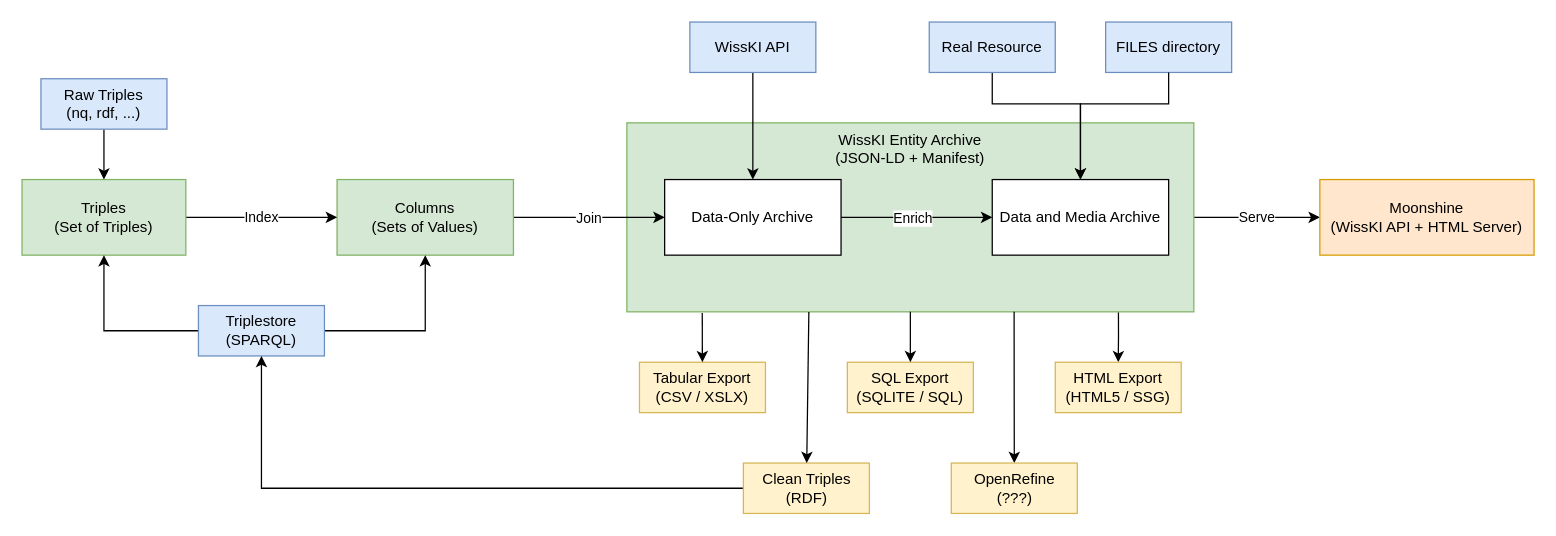
Before: docs/figures/hangover2.drawio in FAU-CDI/hangover, a draw.io diagram. Source tidied: cells renumbered, new cells numbered last; positions are measured from the earlier drawing's top-left corner, leaving out a move shared by most shapes. Both pictures are drawn from the tidied source at 126%, with x=0, y=0 at pixel (21, 21).
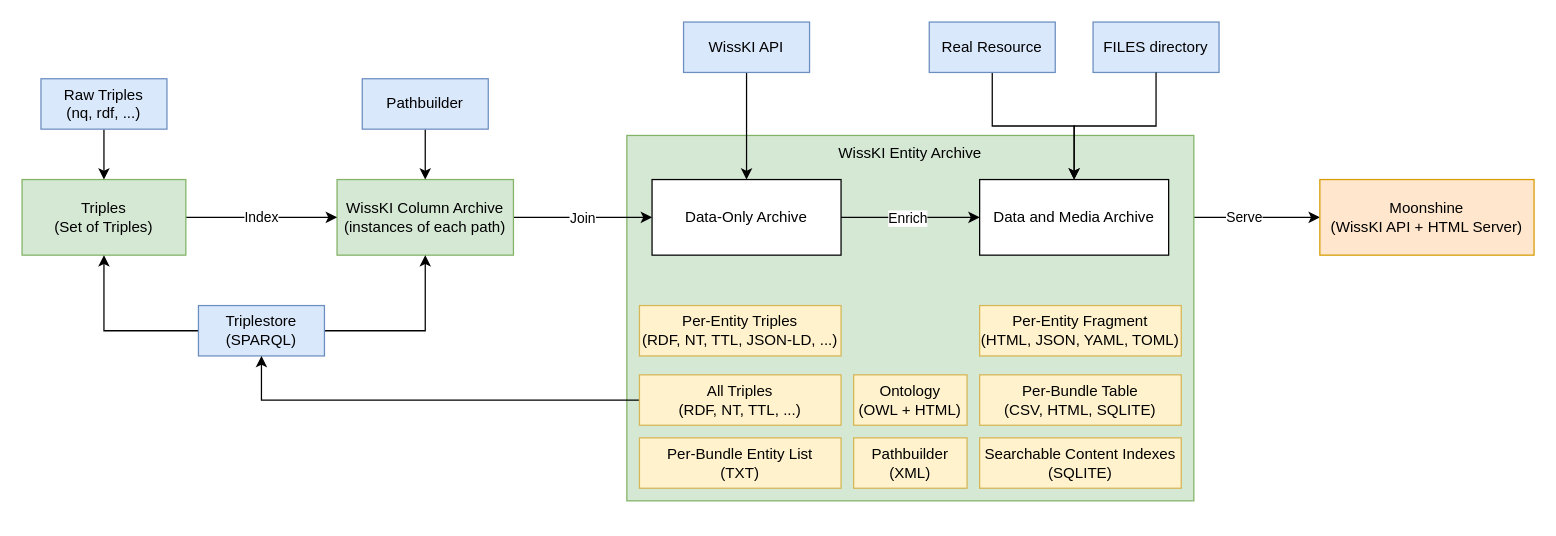
The same page after the edit.

Commit message:
reworked hangover2 arch

The change refers to these unchanged cells:
```xml
<mxCell id="17" value="Triplestore&lt;div&gt;(SPARQL)&lt;/div&gt;" style="rounded=0;whiteSpace=wrap;html=1;fillColor=#dae8fc;strokeColor=#6c8ebf;" parent="1" vertex="1">
  <mxGeometry x="140" y="225" width="100" height="40" as="geometry" />
</mxCell>
<mxCell id="24" value="Real Resource" style="rounded=0;whiteSpace=wrap;html=1;fillColor=#dae8fc;strokeColor=#6c8ebf;" parent="1" vertex="1">
  <mxGeometry x="720" width="100" height="40" as="geometry" />
</mxCell>
<mxCell id="25" value="Moonshine&lt;div&gt;(WissKI API + HTML Server)&lt;/div&gt;" style="rounded=0;whiteSpace=wrap;html=1;fillColor=#ffe6cc;strokeColor=#d79b00;" parent="1" vertex="1">
  <mxGeometry x="1030" y="125" width="170" height="60" as="geometry" />
</mxCell>
```

What changed in the source:
```diff
@@
-    <mxCell id="2" value="Serve" style="edgeStyle=orthogonalEdgeStyle;rounded=0;jettySize=auto;html=1;" parent="1" edge="1" source="3" target="25">
+    <mxCell id="2" value="Serve" style="edgeStyle=orthogonalEdgeStyle;rounded=0;jettySize=auto;html=1;exitX=1;exitY=0.5;exitDx=0;exitDy=0;" parent="1" edge="1" source="20" target="25">
       <mxGeometry relative="1" as="geometry" />
     </mxCell>
-    <mxCell id="3" value="WissKI Entity Archive&lt;div&gt;(JSON-LD + Manifest)&lt;/div&gt;" style="rounded=0;whiteSpace=wrap;html=1;verticalAlign=top;fillColor=#d5e8d4;strokeColor=#82b366;" parent="1" vertex="1">
-      <mxGeometry x="480" y="80" width="450" height="150" as="geometry" />
+    <mxCell id="3" value="WissKI Entity Archive" style="rounded=0;whiteSpace=wrap;html=1;verticalAlign=top;fillColor=#d5e8d4;strokeColor=#82b366;" parent="1" vertex="1">
+      <mxGeometry x="480" y="90" width="450" height="290" as="geometry" />
     </mxCell>
@@
-    <mxCell id="6" value="Columns&lt;div&gt;(Sets of Values)&lt;/div&gt;" style="rounded=0;whiteSpace=wrap;html=1;fillColor=#d5e8d4;strokeColor=#82b366;" parent="1" vertex="1">
+    <mxCell id="6" value="WissKI Column Archive&lt;div&gt;(instances of each path)&lt;/div&gt;" style="rounded=0;whiteSpace=wrap;html=1;fillColor=#d5e8d4;strokeColor=#82b366;" parent="1" vertex="1">
       <mxGeometry x="250" y="125" width="140" height="60" as="geometry" />
     </mxCell>
@@
     <mxCell id="9" value="Data-Only Archive" style="rounded=0;whiteSpace=wrap;html=1;" parent="1" vertex="1">
-      <mxGeometry x="510" y="125" width="140" height="60" as="geometry" />
+      <mxGeometry x="500" y="125" width="150" height="60" as="geometry" />
     </mxCell>
@@
     <mxCell id="19" value="WissKI API" style="rounded=0;whiteSpace=wrap;html=1;fillColor=#dae8fc;strokeColor=#6c8ebf;" parent="1" vertex="1">
-      <mxGeometry x="530" width="100" height="40" as="geometry" />
+      <mxGeometry x="525" width="100" height="40" as="geometry" />
     </mxCell>
-    <mxCell id="20" value="&lt;div&gt;Data and Media Archive&lt;/div&gt;" style="rounded=0;whiteSpace=wrap;html=1;" parent="1" vertex="1">
-      <mxGeometry x="770" y="125" width="140" height="60" as="geometry" />
+    <mxCell id="20" value="Data and Media Archive" style="rounded=0;whiteSpace=wrap;html=1;" parent="1" vertex="1">
+      <mxGeometry x="760" y="125" width="150" height="60" as="geometry" />
     </mxCell>
-    <mxCell id="21" style="edgeStyle=orthogonalEdgeStyle;rounded=0;jettySize=auto;html=1;" parent="1" edge="1" source="24" target="20">
-      <mxGeometry relative="1" as="geometry">
-        <Array as="points">
-          <mxPoint x="770" y="65" />
-          <mxPoint x="840" y="65" />
-        </Array>
-      </mxGeometry>
+    <mxCell id="21" style="edgeStyle=orthogonalEdgeStyle;rounded=0;jettySize=auto;html=1;entryX=0.5;entryY=0;entryDx=0;entryDy=0;" parent="1" edge="1" source="24" target="20">
+      <mxGeometry relative="1" as="geometry" />
     </mxCell>
     <mxCell id="22" value="FILES directory" style="rounded=0;whiteSpace=wrap;html=1;fillColor=#dae8fc;strokeColor=#6c8ebf;" parent="1" vertex="1">
-      <mxGeometry x="860" width="100" height="40" as="geometry" />
+      <mxGeometry x="850" width="100" height="40" as="geometry" />
     </mxCell>
     <mxCell id="23" style="edgeStyle=orthogonalEdgeStyle;rounded=0;jettySize=auto;html=1;entryX=0.5;entryY=0;entryDx=0;entryDy=0;" parent="1" edge="1" source="22" target="20">
-      <mxGeometry relative="1" as="geometry">
-        <Array as="points">
-          <mxPoint x="910" y="65" />
-          <mxPoint x="840" y="65" />
-        </Array>
-      </mxGeometry>
+      <mxGeometry relative="1" as="geometry" />
     </mxCell>
@@
-    <mxCell id="26" value="Tabular Export&lt;div&gt;(CSV / XSLX)&lt;/div&gt;" style="rounded=0;whiteSpace=wrap;html=1;fillColor=#fff2cc;strokeColor=#d6b656;" parent="1" vertex="1">
-      <mxGeometry x="490" y="270" width="100" height="40" as="geometry" />
-    </mxCell>
-    <mxCell id="27" value="SQL Export&lt;div&gt;(SQLITE / SQL)&lt;/div&gt;" style="rounded=0;whiteSpace=wrap;html=1;fillColor=#fff2cc;strokeColor=#d6b656;" parent="1" vertex="1">
-      <mxGeometry x="655" y="270" width="100" height="40" as="geometry" />
+    <mxCell id="27" value="Searchable Content Indexes&lt;div&gt;(SQLITE)&lt;/div&gt;" style="rounded=0;whiteSpace=wrap;html=1;fillColor=#fff2cc;strokeColor=#d6b656;" parent="1" vertex="1">
+      <mxGeometry x="760" y="330" width="160" height="40" as="geometry" />
     </mxCell>
-    <mxCell id="28" style="edgeStyle=orthogonalEdgeStyle;rounded=0;jettySize=auto;html=1;exitX=0.867;exitY=1.004;exitDx=0;exitDy=0;exitPerimeter=0;" parent="1" edge="1" source="3" target="29">
-      <mxGeometry relative="1" as="geometry" />
-    </mxCell>
-    <mxCell id="29" value="HTML Export&lt;div&gt;(HTML5 / SSG)&lt;/div&gt;" style="rounded=0;whiteSpace=wrap;html=1;fillColor=#fff2cc;strokeColor=#d6b656;" parent="1" vertex="1">
-      <mxGeometry x="820" y="270" width="100" height="40" as="geometry" />
-    </mxCell>
-    <mxCell id="30" style="edgeStyle=orthogonalEdgeStyle;rounded=0;jettySize=auto;html=1;" parent="1" edge="1" source="31" target="17">
+    <mxCell id="30" style="edgeStyle=orthogonalEdgeStyle;rounded=0;jettySize=auto;html=1;exitX=0;exitY=0.5;exitDx=0;exitDy=0;entryX=0.5;entryY=1;entryDx=0;entryDy=0;" parent="1" edge="1" source="40" target="17">
       <mxGeometry relative="1" as="geometry" />
     </mxCell>
-    <mxCell id="31" value="Clean Triples&lt;div&gt;(RDF)&lt;/div&gt;" style="rounded=0;whiteSpace=wrap;html=1;fillColor=#fff2cc;strokeColor=#d6b656;" parent="1" vertex="1">
-      <mxGeometry x="572.5" y="350" width="100" height="40" as="geometry" />
-    </mxCell>
-    <mxCell id="32" style="edgeStyle=orthogonalEdgeStyle;rounded=0;jettySize=auto;html=1;exitX=0.683;exitY=1;exitDx=0;exitDy=0;exitPerimeter=0;" parent="1" edge="1" source="3" target="33">
-      <mxGeometry relative="1" as="geometry" />
-    </mxCell>
-    <mxCell id="33" value="&lt;div&gt;OpenRefine&lt;/div&gt;&lt;div&gt;(???)&lt;/div&gt;" style="rounded=0;whiteSpace=wrap;html=1;fillColor=#fff2cc;strokeColor=#d6b656;" parent="1" vertex="1">
-      <mxGeometry x="737.5" y="350" width="100" height="40" as="geometry" />
-    </mxCell>
-    <mxCell id="34" style="endArrow=classic;html=1;rounded=0;exitX=0.133;exitY=1.006;exitDx=0;exitDy=0;exitPerimeter=0;" parent="1" edge="1" source="3" target="26">
-      <mxGeometry relative="1" as="geometry" />
-    </mxCell>
-    <mxCell id="35" style="endArrow=classic;html=1;rounded=0;exitX=0.5;exitY=1;exitDx=0;exitDy=0;" parent="1" edge="1" source="3" target="27">
-      <mxGeometry relative="1" as="geometry" />
-    </mxCell>
-    <mxCell id="36" style="endArrow=classic;html=1;rounded=0;exitX=0.321;exitY=1.001;exitDx=0;exitDy=0;exitPerimeter=0;" parent="1" edge="1" source="3" target="31">
-      <mxGeometry relative="1" as="geometry" />
-    </mxCell>
+    <mxCell id="37" value="Per-Entity Triples&lt;div&gt;(RDF, NT, TTL, JSON-LD, ...)&lt;/div&gt;" style="rounded=0;whiteSpace=wrap;html=1;fillColor=#fff2cc;strokeColor=#d6b656;" parent="1" vertex="1">
+      <mxGeometry x="490" y="225" width="160" height="40" as="geometry" />
+    </mxCell>
+    <mxCell id="38" value="Per-Entity Fragment&lt;div&gt;(HTML, JSON, YAML, TOML)&lt;/div&gt;" style="rounded=0;whiteSpace=wrap;html=1;fillColor=#fff2cc;strokeColor=#d6b656;" parent="1" vertex="1">
+      <mxGeometry x="760" y="225" width="160" height="40" as="geometry" />
+    </mxCell>
+    <mxCell id="39" value="Per-Bundle Table&lt;div&gt;(CSV, HTML, SQLITE)&lt;/div&gt;" style="rounded=0;whiteSpace=wrap;html=1;fillColor=#fff2cc;strokeColor=#d6b656;" parent="1" vertex="1">
+      <mxGeometry x="760" y="280" width="160" height="40" as="geometry" />
+    </mxCell>
+    <mxCell id="40" value="All Triples&lt;div&gt;(&lt;span style=&quot;background-color: transparent; color: light-dark(rgb(0, 0, 0), rgb(255, 255, 255));&quot;&gt;RDF, NT, TTL, ...)&lt;/span&gt;&lt;/div&gt;" style="rounded=0;whiteSpace=wrap;html=1;fillColor=#fff2cc;strokeColor=#d6b656;" parent="1" vertex="1">
+      <mxGeometry x="490" y="280" width="160" height="40" as="geometry" />
+    </mxCell>
+    <mxCell id="41" value="&lt;div&gt;Per-Bundle Entity List&lt;/div&gt;&lt;div&gt;(TXT)&lt;/div&gt;" style="rounded=0;whiteSpace=wrap;html=1;fillColor=#fff2cc;strokeColor=#d6b656;" parent="1" vertex="1">
+      <mxGeometry x="490" y="330" width="160" height="40" as="geometry" />
+    </mxCell>
+    <mxCell id="42" style="edgeStyle=orthogonalEdgeStyle;rounded=0;jettySize=auto;html=1;" parent="1" edge="1" source="43" target="6">
+      <mxGeometry relative="1" as="geometry" />
+    </mxCell>
+    <mxCell id="43" value="&lt;div&gt;Pathbuilder&lt;/div&gt;" style="rounded=0;whiteSpace=wrap;html=1;fillColor=#dae8fc;strokeColor=#6c8ebf;" parent="1" vertex="1">
+      <mxGeometry x="270" y="45" width="100" height="40" as="geometry" />
+    </mxCell>
+    <mxCell id="44" value="Pathbuilder&#10;(XML)" style="rounded=0;whiteSpace=wrap;html=0;fillColor=#fff2cc;strokeColor=#d6b656;" parent="1" vertex="1">
+      <mxGeometry x="660" y="330" width="90" height="40" as="geometry" />
+    </mxCell>
+    <mxCell id="45" value="Ontology&#10;(OWL + HTML)" style="rounded=0;whiteSpace=wrap;html=0;fillColor=#fff2cc;strokeColor=#d6b656;" parent="1" vertex="1">
+      <mxGeometry x="660" y="280" width="90" height="40" as="geometry" />
+    </mxCell>
```
